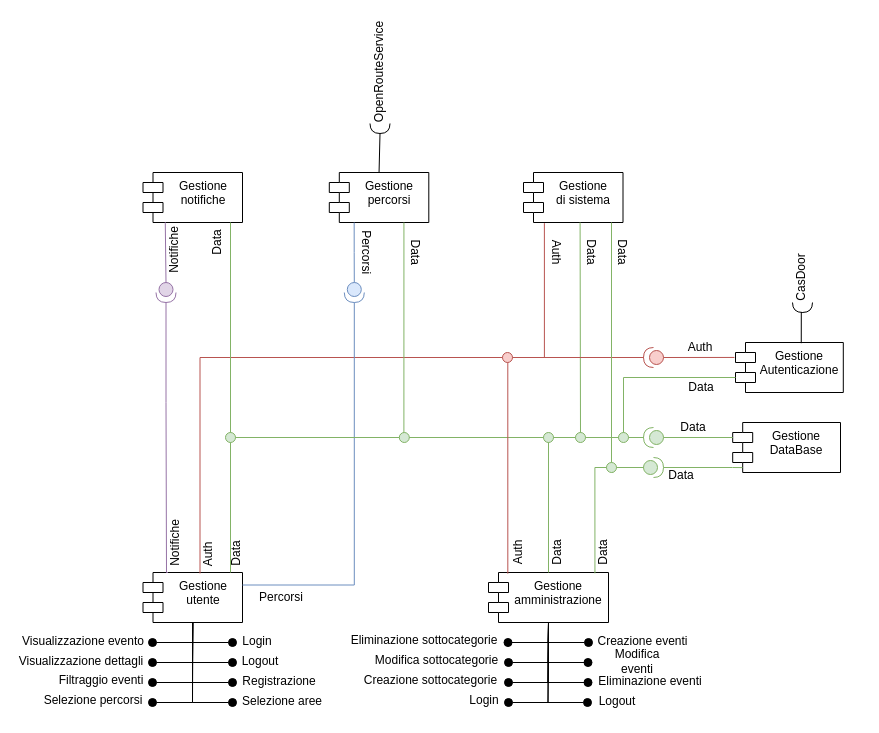
ELI20ZIVI/BeeLive keeps this draw.io diagram as Deliverable-2/ComponentDiagram.drawio. Above is the earlier version. Source tidied: cells renumbered, new cells numbered last; positions are measured from the earlier drawing's top-left corner, leaving out a move shared by most shapes. Both pictures are drawn from the tidied source at 100%, with x=0, y=0 at pixel (17, 57).
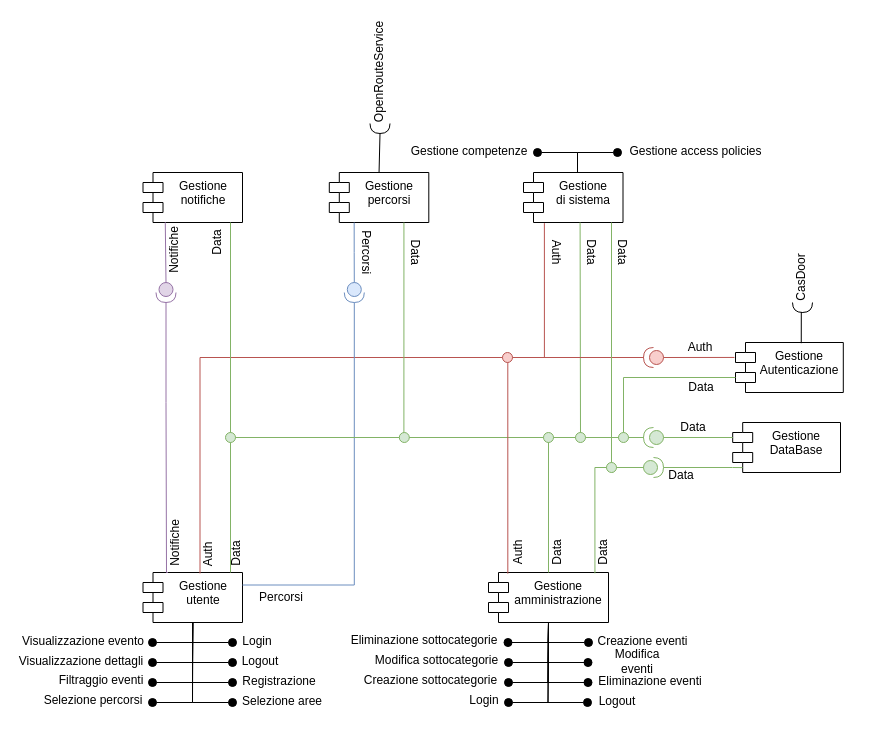
Above is the later version.

Commit message:
sync all

Diff of the diagram source:
```diff
@@
+    <mxCell id="96" style="html=1;verticalAlign=bottom;startArrow=oval;startFill=1;endArrow=none;startSize=8;curved=0;rounded=0;endFill=0;" parent="1" edge="1">
+      <mxGeometry relative="1" as="geometry">
+        <mxPoint x="600" y="95" as="sourcePoint" />
+        <mxPoint x="560" y="115" as="targetPoint" />
+        <Array as="points">
+          <mxPoint x="560" y="95" />
+        </Array>
+      </mxGeometry>
+    </mxCell>
+    <mxCell id="97" value="Gestione access policies" style="text;html=1;align=center;verticalAlign=middle;whiteSpace=wrap;rounded=0;" parent="1" vertex="1">
+      <mxGeometry x="608" y="79" width="141" height="30" as="geometry" />
+    </mxCell>
+    <mxCell id="98" style="html=1;verticalAlign=bottom;startArrow=oval;startFill=1;endArrow=none;startSize=8;curved=0;rounded=0;endFill=0;" parent="1" edge="1">
+      <mxGeometry relative="1" as="geometry">
+        <mxPoint x="520" y="95" as="sourcePoint" />
+        <mxPoint x="560" y="115" as="targetPoint" />
+        <Array as="points">
+          <mxPoint x="560" y="95" />
+        </Array>
+      </mxGeometry>
+    </mxCell>
+    <mxCell id="99" value="Gestione competenze" style="text;html=1;align=center;verticalAlign=middle;whiteSpace=wrap;rounded=0;" parent="1" vertex="1">
+      <mxGeometry x="390.5" y="79" width="121.5" height="30" as="geometry" />
+    </mxCell>
```
